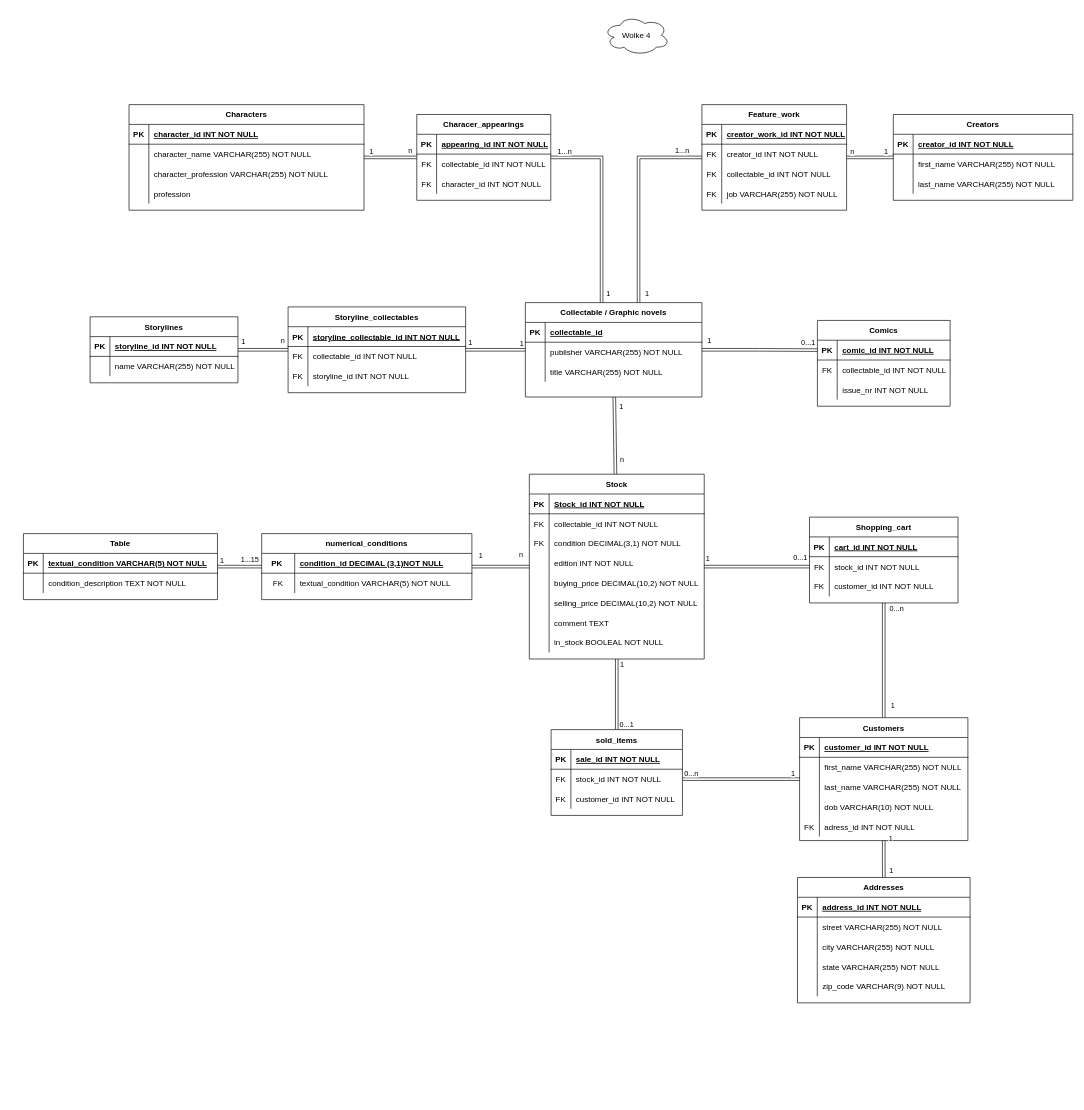
This is ERMdrawio.drawio from FlorainK/SQL-endterm, a draw.io file, before an edit. Source tidied: cells renumbered, new cells numbered last; positions are measured from the earlier drawing's top-left corner, leaving out a move shared by most shapes. Both pictures are drawn from the tidied source at 66%, with x=0, y=0 at pixel (23, 15).
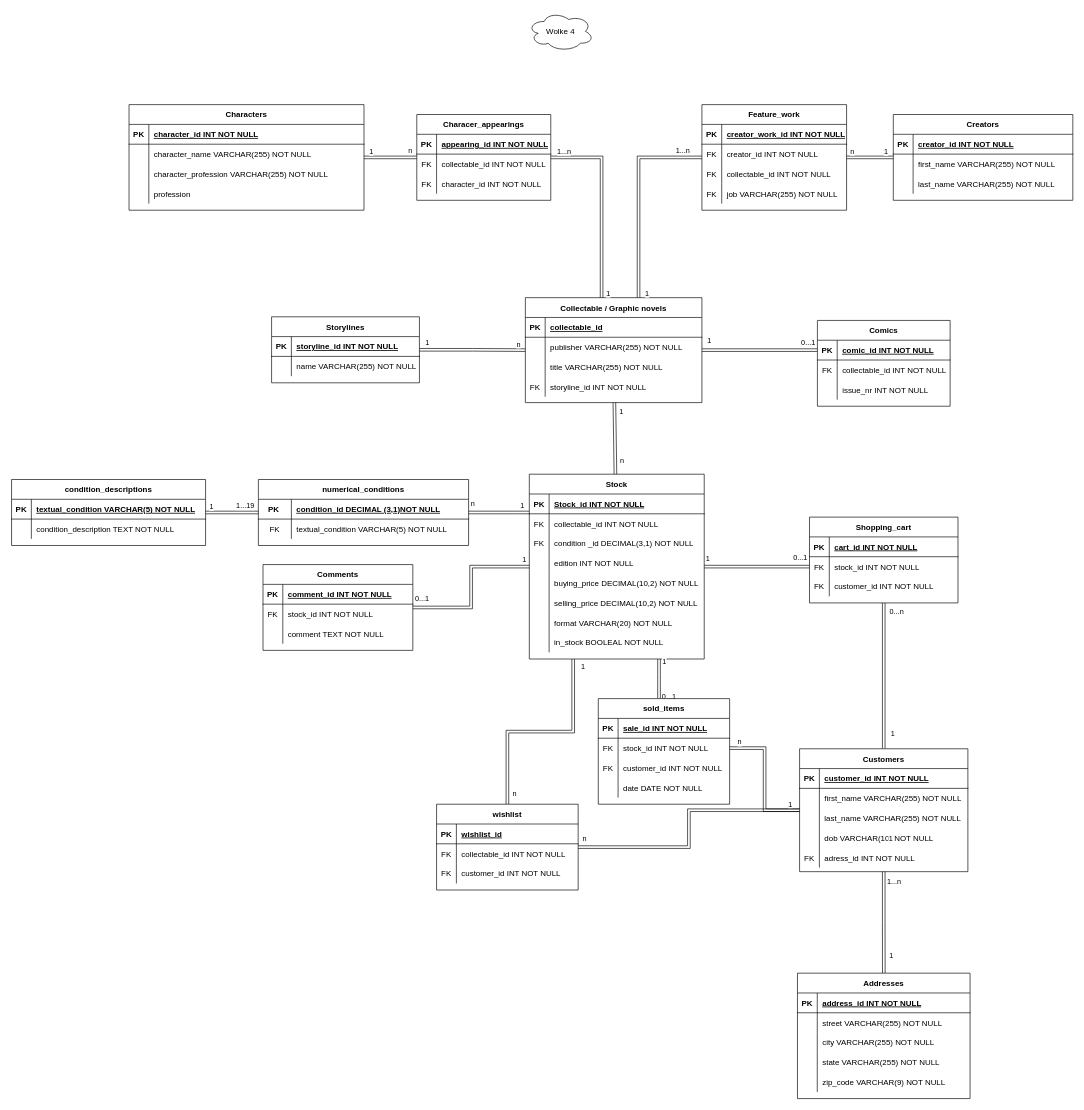
The same page after the edit.

Unchanged cells that the change refers to:
```xml
<mxCell id="18" value="Stock" style="shape=table;startSize=30;childLayout=tableLayout;rowLines=0;fontStyle=1;align=center;shadow=0;rounded=0;" parent="1" vertex="1">
  <mxGeometry x="766.5" y="695" width="265" height="280" as="geometry" />
</mxCell>
<mxCell id="25" style="shape=tableRow;horizontal=0;startSize=0;swimlaneHead=0;swimlaneBody=0;fillColor=none;top=0;left=0;right=0;bottom=0;shadow=0;rounded=0;" parent="18" vertex="1">
  <mxGeometry y="90" width="265" height="30" as="geometry" />
</mxCell>
<mxCell id="44" style="edgeStyle=orthogonalEdgeStyle;shape=link;rounded=0;jettySize=auto;html=1;" parent="1" edge="1" source="47" target="209">
  <mxGeometry relative="1" as="geometry" />
</mxCell>
<mxCell id="132" value="1" style="edgeStyle=orthogonalEdgeStyle;rounded=0;jettySize=auto;html=1;shape=link;" parent="1" edge="1" source="133" target="168">
  <mxGeometry x="0.66" y="11" relative="1" as="geometry" />
</mxCell>
<mxCell id="165" style="edgeStyle=orthogonalEdgeStyle;rounded=0;jettySize=auto;html=1;shape=link;shadow=0;" parent="1" edge="1" source="159" target="133">
  <mxGeometry relative="1" as="geometry" />
</mxCell>
```

What changed in the source:
```diff
@@
     <mxCell id="2" value="Wolke 4" style="ellipse;shape=cloud;whiteSpace=wrap;html=1;align=center;shadow=0;rounded=0;" parent="1" vertex="1">
-      <mxGeometry x="879" width="100" height="60" as="geometry" />
+      <mxGeometry x="764" y="-6" width="100" height="60" as="geometry" />
     </mxCell>
@@
     <mxCell id="8" value="Collectable / Graphic novels" style="shape=table;startSize=30;childLayout=tableLayout;rowLines=0;fontStyle=1;align=center;shadow=0;rounded=0;" parent="1" vertex="1">
-      <mxGeometry x="760.5" y="435" width="267.5" height="143" as="geometry" />
+      <mxGeometry x="760.5" y="427.5" width="267.5" height="159" as="geometry" />
     </mxCell>
@@
+    <mxCell id="216" style="shape=tableRow;horizontal=0;startSize=0;swimlaneHead=0;swimlaneBody=0;fillColor=none;top=0;left=0;right=0;bottom=0;shadow=0;rounded=0;" parent="8" vertex="1">
+      <mxGeometry y="120" width="267.5" height="30" as="geometry" />
+    </mxCell>
+    <mxCell id="217" value="FK" style="shape=partialRectangle;fillColor=none;top=0;left=0;bottom=0;right=0;overflow=hidden;shadow=0;rounded=0;" parent="216" vertex="1">
+      <mxGeometry width="30" height="30" as="geometry" />
+    </mxCell>
+    <mxCell id="206" value="storyline_id INT NOT NULL" style="shape=partialRectangle;fillColor=none;top=0;left=0;bottom=0;right=0;align=left;spacingLeft=6;overflow=hidden;shadow=0;rounded=0;" parent="216" vertex="1">
+      <mxGeometry x="30" width="237.5" height="30" as="geometry" />
+    </mxCell>
@@
-    <mxCell id="27" value="condition DECIMAL(3,1) NOT NULL" style="shape=partialRectangle;fillColor=none;top=0;left=0;bottom=0;right=0;align=left;spacingLeft=6;overflow=hidden;shadow=0;rounded=0;" parent="25" vertex="1">
+    <mxCell id="27" value="condition _id DECIMAL(3,1) NOT NULL" style="shape=partialRectangle;fillColor=none;top=0;left=0;bottom=0;right=0;align=left;spacingLeft=6;overflow=hidden;shadow=0;rounded=0;" parent="25" vertex="1">
       <mxGeometry x="30" width="235" height="30" as="geometry" />
     </mxCell>
@@
-    <mxCell id="37" style="shape=tableRow;horizontal=0;startSize=0;swimlaneHead=0;swimlaneBody=0;fillColor=none;top=0;left=0;right=0;bottom=0;shadow=0;rounded=0;" parent="18" vertex="1">
-      <mxGeometry y="210" width="265" height="30" as="geometry" />
-    </mxCell>
-    <mxCell id="38" style="shape=partialRectangle;fillColor=none;top=0;left=0;bottom=0;right=0;overflow=hidden;shadow=0;rounded=0;" parent="37" vertex="1">
-      <mxGeometry width="30" height="30" as="geometry" />
-    </mxCell>
-    <mxCell id="39" value="comment TEXT" style="shape=partialRectangle;fillColor=none;top=0;left=0;bottom=0;right=0;align=left;spacingLeft=6;overflow=hidden;shadow=0;rounded=0;" parent="37" vertex="1">
-      <mxGeometry x="30" width="235" height="30" as="geometry" />
-    </mxCell>
     <mxCell id="40" style="shape=tableRow;horizontal=0;startSize=0;swimlaneHead=0;swimlaneBody=0;fillColor=none;top=0;left=0;right=0;bottom=0;shadow=0;rounded=0;" parent="18" vertex="1">
-      <mxGeometry y="240" width="265" height="30" as="geometry" />
+      <mxGeometry y="210" width="265" height="30" as="geometry" />
     </mxCell>
@@
-    <mxCell id="42" value="in_stock BOOLEAL NOT NULL" style="shape=partialRectangle;fillColor=none;top=0;left=0;bottom=0;right=0;align=left;spacingLeft=6;overflow=hidden;shadow=0;rounded=0;" parent="40" vertex="1">
+    <mxCell id="42" value="format VARCHAR(20) NOT NULL" style="shape=partialRectangle;fillColor=none;top=0;left=0;bottom=0;right=0;align=left;spacingLeft=6;overflow=hidden;shadow=0;rounded=0;" parent="40" vertex="1">
       <mxGeometry x="30" width="235" height="30" as="geometry" />
     </mxCell>
+    <mxCell id="218" style="shape=tableRow;horizontal=0;startSize=0;swimlaneHead=0;swimlaneBody=0;fillColor=none;top=0;left=0;right=0;bottom=0;shadow=0;rounded=0;" parent="18" vertex="1">
+      <mxGeometry y="240" width="265" height="30" as="geometry" />
+    </mxCell>
+    <mxCell id="38" style="shape=partialRectangle;fillColor=none;top=0;left=0;bottom=0;right=0;overflow=hidden;shadow=0;rounded=0;" parent="218" vertex="1">
+      <mxGeometry width="30" height="30" as="geometry" />
+    </mxCell>
+    <mxCell id="219" value="in_stock BOOLEAL NOT NULL" style="shape=partialRectangle;fillColor=none;top=0;left=0;bottom=0;right=0;align=left;spacingLeft=6;overflow=hidden;shadow=0;rounded=0;" parent="218" vertex="1">
+      <mxGeometry x="30" width="235" height="30" as="geometry" />
+    </mxCell>
     <mxCell id="43" value="n" style="edgeStyle=orthogonalEdgeStyle;rounded=0;jettySize=auto;html=1;shape=link;" parent="1" edge="1" source="47" target="18">
-      <mxGeometry x="0.71" y="18" relative="1" as="geometry" />
+      <mxGeometry x="-0.86" y="13" relative="1" as="geometry">
+        <Array as="points">
+          <mxPoint x="744" y="753" />
+          <mxPoint x="744" y="753" />
+        </Array>
+      </mxGeometry>
     </mxCell>
@@
-    <mxCell id="46" value="1...15" style="edgeLabel;html=1;align=center;verticalAlign=middle;" parent="44" vertex="1">
+    <mxCell id="46" value="1...19" style="edgeLabel;html=1;align=center;verticalAlign=middle;" parent="44" vertex="1">
       <mxGeometry x="-0.75" y="-2" relative="1" as="geometry">
         <mxPoint x="-11" y="-9" as="offset" />
       </mxGeometry>
     </mxCell>
     <mxCell id="47" value="numerical_conditions" style="shape=table;startSize=30;childLayout=tableLayout;rowLines=0;fontStyle=1;align=center;shadow=0;rounded=0;" parent="1" vertex="1">
-      <mxGeometry x="361" y="785" width="318.5" height="100" as="geometry" />
+      <mxGeometry x="356" y="703" width="318.5" height="100" as="geometry" />
     </mxCell>
@@
+    <mxCell id="220" value="1...n" style="edgeLabel;html=1;align=center;verticalAlign=middle;" parent="132" vertex="1">
+      <mxGeometry x="-0.74" relative="1" as="geometry">
+        <mxPoint x="15" y="-6" as="offset" />
+      </mxGeometry>
+    </mxCell>
     <mxCell id="133" value="Customers" style="shape=table;startSize=30;childLayout=tableLayout;rowLines=0;fontStyle=1;align=center;shadow=0;" parent="1" vertex="1">
-      <mxGeometry x="1176" y="1063.9" width="255" height="186.2" as="geometry" />
+      <mxGeometry x="1176" y="1111" width="255" height="186.2" as="geometry" />
     </mxCell>
@@
     <mxCell id="152" style="edgeStyle=orthogonalEdgeStyle;rounded=0;jettySize=auto;html=1;shape=link;shadow=0;" parent="1" edge="1" source="155" target="18">
-      <mxGeometry relative="1" as="geometry" />
+      <mxGeometry relative="1" as="geometry">
+        <Array as="points">
+          <mxPoint x="963" y="998" />
+          <mxPoint x="963" y="998" />
+        </Array>
+      </mxGeometry>
     </mxCell>
@@
     <mxCell id="155" value="sold_items" style="shape=table;startSize=30;childLayout=tableLayout;rowLines=0;fontStyle=1;align=center;shadow=0;" parent="1" vertex="1">
-      <mxGeometry x="799.5" y="1082" width="199" height="130" as="geometry" />
+      <mxGeometry x="871" y="1035" width="199" height="160" as="geometry" />
     </mxCell>
@@
+    <mxCell id="221" style="shape=tableRow;horizontal=0;startSize=0;swimlaneHead=0;swimlaneBody=0;fillColor=none;top=0;left=0;right=0;bottom=0;shadow=0;" parent="155" vertex="1">
+      <mxGeometry y="120" width="199" height="30" as="geometry" />
+    </mxCell>
+    <mxCell id="222" style="shape=partialRectangle;fillColor=none;top=0;left=0;bottom=0;right=0;overflow=hidden;shadow=0;" parent="221" vertex="1">
+      <mxGeometry width="30" height="30" as="geometry" />
+    </mxCell>
+    <mxCell id="223" value="date DATE NOT NULL" style="shape=partialRectangle;fillColor=none;top=0;left=0;bottom=0;right=0;align=left;spacingLeft=6;overflow=hidden;shadow=0;" parent="221" vertex="1">
+      <mxGeometry x="30" width="169" height="30" as="geometry" />
+    </mxCell>
@@
-    <mxCell id="166" value="0...n" style="edgeLabel;html=1;align=center;verticalAlign=middle;shadow=0;" parent="165" vertex="1">
+    <mxCell id="166" value="n" style="edgeLabel;html=1;align=center;verticalAlign=middle;shadow=0;" parent="165" vertex="1">
       <mxGeometry x="-0.89" y="2" relative="1" as="geometry">
         <mxPoint x="3" y="-8" as="offset" />
       </mxGeometry>
     </mxCell>
@@
     <mxCell id="168" value="Addresses" style="shape=table;startSize=30;childLayout=tableLayout;rowLines=0;fontStyle=1;align=center;" parent="1" vertex="1">
-      <mxGeometry x="1172.8" y="1306" width="261.5" height="190" as="geometry" />
+      <mxGeometry x="1172.8" y="1451" width="261.5" height="190" as="geometry" />
     </mxCell>
@@
-    <mxCell id="185" value="1" style="edgeStyle=orthogonalEdgeStyle;shape=link;rounded=0;jettySize=auto;html=1;" parent="1" edge="1" source="187" target="197">
-      <mxGeometry x="-0.78" y="14" relative="1" as="geometry">
-        <mxPoint y="1" as="offset" />
-      </mxGeometry>
-    </mxCell>
-    <mxCell id="186" value="n" style="edgeLabel;html=1;align=center;verticalAlign=middle;" parent="185" vertex="1">
-      <mxGeometry x="0.73" y="-2" relative="1" as="geometry">
-        <mxPoint x="1" y="-17" as="offset" />
-      </mxGeometry>
-    </mxCell>
     <mxCell id="187" value="Storylines" style="shape=table;startSize=30;childLayout=tableLayout;rowLines=0;fontStyle=1;align=center;" parent="1" vertex="1">
-      <mxGeometry x="101" y="456.5" width="224" height="100" as="geometry" />
+      <mxGeometry x="376" y="456.5" width="224" height="100" as="geometry" />
     </mxCell>
@@
-    <mxCell id="194" style="edgeStyle=orthogonalEdgeStyle;shape=link;rounded=0;jettySize=auto;html=1;" parent="1" edge="1" source="197" target="8">
+    <mxCell id="194" style="edgeStyle=orthogonalEdgeStyle;shape=link;rounded=0;jettySize=auto;html=1;" parent="1" edge="1" source="187" target="8">
       <mxGeometry relative="1" as="geometry" />
     </mxCell>
@@
-    <mxCell id="196" value="1" style="edgeLabel;html=1;align=center;verticalAlign=middle;" parent="194" vertex="1">
+    <mxCell id="196" value="n" style="edgeLabel;html=1;align=center;verticalAlign=middle;" parent="194" vertex="1">
       <mxGeometry x="0.86" relative="1" as="geometry">
         <mxPoint y="-10" as="offset" />
       </mxGeometry>
     </mxCell>
-    <mxCell id="197" value="Storyline_collectables" style="shape=table;startSize=30;childLayout=tableLayout;rowLines=0;fontStyle=1;align=center;" parent="1" vertex="1">
-      <mxGeometry x="401" y="441.5" width="269" height="130" as="geometry" />
-    </mxCell>
-    <mxCell id="198" style="shape=tableRow;horizontal=0;startSize=0;swimlaneHead=0;swimlaneBody=0;fillColor=none;top=0;left=0;right=0;bottom=1;" parent="197" vertex="1">
-      <mxGeometry y="30" width="269" height="30" as="geometry" />
-    </mxCell>
-    <mxCell id="199" value="PK" style="shape=partialRectangle;fillColor=none;top=0;left=0;bottom=0;right=0;fontStyle=1;overflow=hidden;" parent="198" vertex="1">
-      <mxGeometry width="30" height="30" as="geometry" />
-    </mxCell>
-    <mxCell id="200" value="storyline_collectable_id INT NOT NULL" style="shape=partialRectangle;fillColor=none;top=0;left=0;bottom=0;right=0;align=left;spacingLeft=6;fontStyle=5;overflow=hidden;" parent="198" vertex="1">
-      <mxGeometry x="30" width="239" height="30" as="geometry" />
-    </mxCell>
-    <mxCell id="201" style="shape=tableRow;horizontal=0;startSize=0;swimlaneHead=0;swimlaneBody=0;fillColor=none;top=0;left=0;right=0;bottom=0;" parent="197" vertex="1">
-      <mxGeometry y="60" width="269" height="30" as="geometry" />
-    </mxCell>
-    <mxCell id="202" value="FK" style="shape=partialRectangle;fillColor=none;top=0;left=0;bottom=0;right=0;overflow=hidden;" parent="201" vertex="1">
-      <mxGeometry width="30" height="30" as="geometry" />
-    </mxCell>
-    <mxCell id="203" value="collectable_id INT NOT NULL" style="shape=partialRectangle;fillColor=none;top=0;left=0;bottom=0;right=0;align=left;spacingLeft=6;overflow=hidden;" parent="201" vertex="1">
-      <mxGeometry x="30" width="239" height="30" as="geometry" />
-    </mxCell>
-    <mxCell id="204" style="shape=tableRow;horizontal=0;startSize=0;swimlaneHead=0;swimlaneBody=0;fillColor=none;top=0;left=0;right=0;bottom=0;" parent="197" vertex="1">
-      <mxGeometry y="90" width="269" height="30" as="geometry" />
-    </mxCell>
-    <mxCell id="205" value="FK" style="shape=partialRectangle;fillColor=none;top=0;left=0;bottom=0;right=0;overflow=hidden;" parent="204" vertex="1">
-      <mxGeometry width="30" height="30" as="geometry" />
-    </mxCell>
-    <mxCell id="206" value="storyline_id INT NOT NULL" style="shape=partialRectangle;fillColor=none;top=0;left=0;bottom=0;right=0;align=left;spacingLeft=6;overflow=hidden;" parent="204" vertex="1">
-      <mxGeometry x="30" width="239" height="30" as="geometry" />
-    </mxCell>
@@
     <mxCell id="208" value="1" style="edgeLabel;html=1;align=center;verticalAlign=middle;shadow=0;" parent="1" vertex="1">
-      <mxGeometry x="916" y="991.9" as="geometry">
+      <mxGeometry x="979" y="915" as="geometry">
         <mxPoint x="-224" y="-174" as="offset" />
       </mxGeometry>
     </mxCell>
-    <mxCell id="209" value="Table" style="shape=table;startSize=30;childLayout=tableLayout;rowLines=0;fontStyle=1;align=center;" parent="1" vertex="1">
-      <mxGeometry y="785" width="294" height="100" as="geometry" />
+    <mxCell id="209" value="condition_descriptions" style="shape=table;startSize=30;childLayout=tableLayout;rowLines=0;fontStyle=1;align=center;" parent="1" vertex="1">
+      <mxGeometry x="-18" y="703" width="294" height="100" as="geometry" />
     </mxCell>
@@
+    <mxCell id="224" style="edgeStyle=orthogonalEdgeStyle;rounded=0;jettySize=auto;html=1;shape=link;" parent="1" edge="1" source="229" target="133">
+      <mxGeometry relative="1" as="geometry" />
+    </mxCell>
+    <mxCell id="225" value="n" style="edgeLabel;html=1;align=center;verticalAlign=middle;" parent="224" vertex="1">
+      <mxGeometry x="-0.89" y="1" relative="1" as="geometry">
+        <mxPoint x="-13" y="-13" as="offset" />
+      </mxGeometry>
+    </mxCell>
+    <mxCell id="226" style="edgeStyle=orthogonalEdgeStyle;shape=link;rounded=0;jettySize=auto;html=1;" parent="1" edge="1" source="229" target="18">
+      <mxGeometry relative="1" as="geometry">
+        <Array as="points">
+          <mxPoint x="733" y="1085" />
+          <mxPoint x="833" y="1085" />
+        </Array>
+      </mxGeometry>
+    </mxCell>
+    <mxCell id="227" value="n" style="edgeLabel;html=1;align=center;verticalAlign=middle;" parent="226" vertex="1">
+      <mxGeometry x="-0.85" y="-1" relative="1" as="geometry">
+        <mxPoint x="9" y="7" as="offset" />
+      </mxGeometry>
+    </mxCell>
+    <mxCell id="228" value="1" style="edgeLabel;html=1;align=center;verticalAlign=middle;" parent="226" vertex="1">
+      <mxGeometry x="0.91" y="4" relative="1" as="geometry">
+        <mxPoint x="18" y="-3" as="offset" />
+      </mxGeometry>
+    </mxCell>
+    <mxCell id="229" value="wishlist" style="shape=table;startSize=30;childLayout=tableLayout;rowLines=0;fontStyle=1;align=center;" parent="1" vertex="1">
+      <mxGeometry x="626" y="1195" width="214.5" height="130" as="geometry" />
+    </mxCell>
+    <mxCell id="230" style="shape=tableRow;horizontal=0;startSize=0;swimlaneHead=0;swimlaneBody=0;fillColor=none;top=0;left=0;right=0;bottom=1;" parent="229" vertex="1">
+      <mxGeometry y="30" width="214.5" height="30" as="geometry" />
+    </mxCell>
+    <mxCell id="231" value="PK" style="shape=partialRectangle;fillColor=none;top=0;left=0;bottom=0;right=0;fontStyle=1;overflow=hidden;" parent="230" vertex="1">
+      <mxGeometry width="30" height="30" as="geometry" />
+    </mxCell>
+    <mxCell id="232" value="wishlist_id" style="shape=partialRectangle;fillColor=none;top=0;left=0;bottom=0;right=0;align=left;spacingLeft=6;fontStyle=5;overflow=hidden;" parent="230" vertex="1">
+      <mxGeometry x="30" width="184.5" height="30" as="geometry" />
+    </mxCell>
+    <mxCell id="233" style="shape=tableRow;horizontal=0;startSize=0;swimlaneHead=0;swimlaneBody=0;fillColor=none;top=0;left=0;right=0;bottom=0;" parent="229" vertex="1">
+      <mxGeometry y="60" width="214.5" height="30" as="geometry" />
+    </mxCell>
+    <mxCell id="234" value="FK" style="shape=partialRectangle;fillColor=none;top=0;left=0;bottom=0;right=0;overflow=hidden;" parent="233" vertex="1">
+      <mxGeometry width="30" height="30" as="geometry" />
+    </mxCell>
+    <mxCell id="203" value="collectable_id INT NOT NULL" style="shape=partialRectangle;fillColor=none;top=0;left=0;bottom=0;right=0;align=left;spacingLeft=6;overflow=hidden;" parent="233" vertex="1">
+      <mxGeometry x="30" width="184.5" height="30" as="geometry" />
+    </mxCell>
+    <mxCell id="235" style="shape=tableRow;horizontal=0;startSize=0;swimlaneHead=0;swimlaneBody=0;fillColor=none;top=0;left=0;right=0;bottom=0;" parent="229" vertex="1">
+      <mxGeometry y="90" width="214.5" height="30" as="geometry" />
+    </mxCell>
+    <mxCell id="236" value="FK" style="shape=partialRectangle;fillColor=none;top=0;left=0;bottom=0;right=0;overflow=hidden;" parent="235" vertex="1">
+      <mxGeometry width="30" height="30" as="geometry" />
+    </mxCell>
+    <mxCell id="237" value="customer_id INT NOT NULL" style="shape=partialRectangle;fillColor=none;top=0;left=0;bottom=0;right=0;align=left;spacingLeft=6;overflow=hidden;" parent="235" vertex="1">
+      <mxGeometry x="30" width="184.5" height="30" as="geometry" />
+    </mxCell>
+    <mxCell id="238" style="edgeStyle=orthogonalEdgeStyle;rounded=0;jettySize=auto;html=1;shape=link;" parent="1" edge="1" source="241" target="18">
+      <mxGeometry relative="1" as="geometry" />
+    </mxCell>
+    <mxCell id="239" value="0...1" style="edgeLabel;html=1;align=center;verticalAlign=middle;" parent="238" vertex="1">
+      <mxGeometry x="-0.94" y="1" relative="1" as="geometry">
+        <mxPoint x="6" y="-12" as="offset" />
+      </mxGeometry>
+    </mxCell>
+    <mxCell id="240" value="1" style="edgeLabel;html=1;align=center;verticalAlign=middle;" parent="238" vertex="1">
+      <mxGeometry x="0.42" y="4" relative="1" as="geometry">
+        <mxPoint x="61" y="-8" as="offset" />
+      </mxGeometry>
+    </mxCell>
+    <mxCell id="241" value="Comments" style="shape=table;startSize=30;childLayout=tableLayout;rowLines=0;fontStyle=1;align=center;" parent="1" vertex="1">
+      <mxGeometry x="363" y="831.9" width="227" height="130" as="geometry" />
+    </mxCell>
+    <mxCell id="242" style="shape=tableRow;horizontal=0;startSize=0;swimlaneHead=0;swimlaneBody=0;fillColor=none;top=0;left=0;right=0;bottom=1;" parent="241" vertex="1">
+      <mxGeometry y="30" width="227" height="30" as="geometry" />
+    </mxCell>
+    <mxCell id="243" value="PK" style="shape=partialRectangle;fillColor=none;top=0;left=0;bottom=0;right=0;fontStyle=1;overflow=hidden;" parent="242" vertex="1">
+      <mxGeometry width="30" height="30" as="geometry" />
+    </mxCell>
+    <mxCell id="244" value="comment_id INT NOT NULL" style="shape=partialRectangle;fillColor=none;top=0;left=0;bottom=0;right=0;align=left;spacingLeft=6;fontStyle=5;overflow=hidden;" parent="242" vertex="1">
+      <mxGeometry x="30" width="197" height="30" as="geometry" />
+    </mxCell>
+    <mxCell id="245" style="shape=tableRow;horizontal=0;startSize=0;swimlaneHead=0;swimlaneBody=0;fillColor=none;top=0;left=0;right=0;bottom=0;" parent="241" vertex="1">
+      <mxGeometry y="60" width="227" height="30" as="geometry" />
+    </mxCell>
+    <mxCell id="246" value="FK" style="shape=partialRectangle;fillColor=none;top=0;left=0;bottom=0;right=0;overflow=hidden;" parent="245" vertex="1">
+      <mxGeometry width="30" height="30" as="geometry" />
+    </mxCell>
+    <mxCell id="247" value="stock_id INT NOT NULL" style="shape=partialRectangle;fillColor=none;top=0;left=0;bottom=0;right=0;align=left;spacingLeft=6;overflow=hidden;" parent="245" vertex="1">
+      <mxGeometry x="30" width="197" height="30" as="geometry" />
+    </mxCell>
+    <mxCell id="248" style="shape=tableRow;horizontal=0;startSize=0;swimlaneHead=0;swimlaneBody=0;fillColor=none;top=0;left=0;right=0;bottom=0;" parent="241" vertex="1">
+      <mxGeometry y="90" width="227" height="30" as="geometry" />
+    </mxCell>
+    <mxCell id="249" style="shape=partialRectangle;fillColor=none;top=0;left=0;bottom=0;right=0;overflow=hidden;" parent="248" vertex="1">
+      <mxGeometry width="30" height="30" as="geometry" />
+    </mxCell>
+    <mxCell id="250" value="comment TEXT NOT NULL" style="shape=partialRectangle;fillColor=none;top=0;left=0;bottom=0;right=0;align=left;spacingLeft=6;overflow=hidden;" parent="248" vertex="1">
+      <mxGeometry x="30" width="197" height="30" as="geometry" />
+    </mxCell>
```
